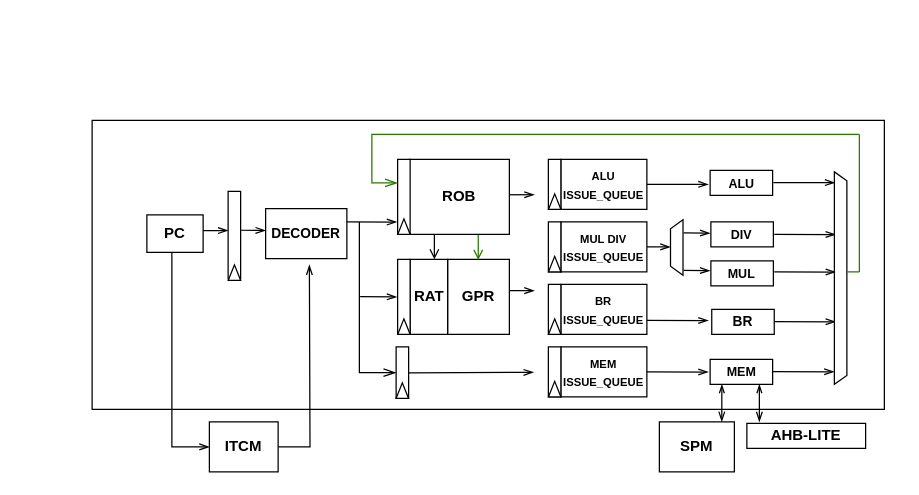
The draw.io diagram ooocpu.drawio in meosii/OoOcpu, before the edit. Source tidied: cells renumbered, new cells numbered last; positions are measured from the earlier drawing's top-left corner, leaving out a move shared by most shapes. Both pictures are drawn from the tidied source at 125%, with x=0, y=0 at pixel (91, 120).
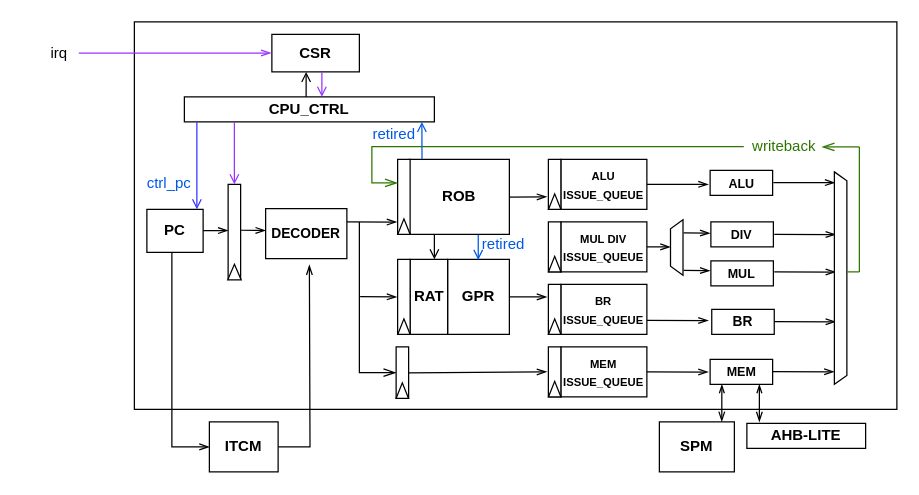
After the change.

What changed in the source:
```diff
@@
-    <mxCell id="2" style="rounded=0;whiteSpace=wrap;html=1;" parent="1" vertex="1">
-      <mxGeometry x="0.2" y="-0.2" width="633.8" height="231.2" as="geometry" />
-    </mxCell>
+    <mxCell id="67" style="rounded=0;whiteSpace=wrap;html=1;" parent="1" vertex="1">
+      <mxGeometry x="34" y="-79" width="610" height="310" as="geometry" />
+    </mxCell>
@@
     <mxCell id="5" value="&lt;b&gt;PC&lt;/b&gt;" style="rounded=0;whiteSpace=wrap;html=1;" parent="1" vertex="1">
-      <mxGeometry x="44" y="75.4" width="45" height="30" as="geometry" />
+      <mxGeometry x="44" y="71" width="45" height="34.4" as="geometry" />
     </mxCell>
@@
     <mxCell id="7" style="group;" parent="1" vertex="1">
-      <mxGeometry x="109" y="56.6" width="11.2" height="70" as="geometry" />
+      <mxGeometry x="109" y="51" width="11.2" height="75.6" as="geometry" />
     </mxCell>
     <mxCell id="8" style="rounded=0;whiteSpace=wrap;html=1;" parent="7" vertex="1">
-      <mxGeometry width="10" height="70" as="geometry" />
+      <mxGeometry width="10" height="75.6" as="geometry" />
     </mxCell>
     <mxCell id="9" style="triangle;whiteSpace=wrap;html=1;rotation=-90;" parent="7" vertex="1">
-      <mxGeometry x="-1.2" y="60" width="12.5" height="10" as="geometry" />
+      <mxGeometry x="-1.2" y="64.8" width="12.5" height="10.8" as="geometry" />
     </mxCell>
@@
     <mxCell id="50" style="endArrow=openThin;html=1;rounded=0;endFill=0;" parent="1" edge="1">
       <mxGeometry relative="1" as="geometry">
-        <mxPoint x="334" y="136" as="sourcePoint" />
-        <mxPoint x="354" y="136" as="targetPoint" />
+        <mxPoint x="334" y="141" as="sourcePoint" />
+        <mxPoint x="364" y="141" as="targetPoint" />
       </mxGeometry>
     </mxCell>
     <mxCell id="51" style="endArrow=openThin;html=1;rounded=0;endFill=0;" parent="1" edge="1">
       <mxGeometry relative="1" as="geometry">
-        <mxPoint x="334" y="59.3" as="sourcePoint" />
-        <mxPoint x="354" y="59.3" as="targetPoint" />
+        <mxPoint x="334" y="61.2" as="sourcePoint" />
+        <mxPoint x="364" y="61" as="targetPoint" />
       </mxGeometry>
     </mxCell>
     <mxCell id="52" style="endArrow=openThin;html=1;rounded=0;endFill=0;" parent="1" edge="1">
       <mxGeometry relative="1" as="geometry">
         <mxPoint x="253.4" y="201.8" as="sourcePoint" />
-        <mxPoint x="353.4" y="201.4" as="targetPoint" />
+        <mxPoint x="364" y="201" as="targetPoint" />
       </mxGeometry>
     </mxCell>
-    <mxCell id="53" style="edgeStyle=elbowEdgeStyle;elbow=horizontal;endArrow=openThin;html=1;curved=0;rounded=0;endSize=8;startSize=8;endFill=0;fillColor=#60a917;strokeColor=#2D7600;" parent="1" edge="1">
+    <mxCell id="53" style="edgeStyle=elbowEdgeStyle;elbow=horizontal;endArrow=openThin;html=1;curved=0;rounded=0;endSize=8;startSize=8;endFill=0;fillColor=#60a917;strokeColor=#2D7600;exitX=-0.041;exitY=0.486;exitDx=0;exitDy=0;exitPerimeter=0;" parent="1" edge="1" source="77">
       <mxGeometry relative="1" as="geometry">
-        <mxPoint x="614" y="11" as="sourcePoint" />
         <mxPoint x="244.6" y="49.8" as="targetPoint" />
         <Array as="points">
           <mxPoint x="224" y="31" />
         </Array>
       </mxGeometry>
     </mxCell>
@@
     <mxCell id="60" style="endArrow=none;html=1;rounded=0;fillColor=#60a917;strokeColor=#2D7600;" parent="1" edge="1">
       <mxGeometry relative="1" as="geometry">
         <mxPoint x="614" y="121" as="sourcePoint" />
-        <mxPoint x="614" y="11" as="targetPoint" />
+        <mxPoint x="614" y="21" as="targetPoint" />
       </mxGeometry>
     </mxCell>
@@
-    <mxCell id="63" style="endArrow=open;html=1;rounded=0;endFill=0;fillColor=#60a917;strokeColor=#2D7600;" parent="1" edge="1">
+    <mxCell id="63" style="endArrow=open;html=1;rounded=0;endFill=0;fillColor=#60a917;strokeColor=#0058e6;" parent="1" edge="1">
       <mxGeometry relative="1" as="geometry">
         <mxPoint x="309.1" y="91.5" as="sourcePoint" />
         <mxPoint x="309.1" y="111.5" as="targetPoint" />
       </mxGeometry>
     </mxCell>
@@
+    <mxCell id="68" value="&lt;b&gt;CSR&lt;/b&gt;" style="rounded=0;whiteSpace=wrap;html=1;" parent="1" vertex="1">
+      <mxGeometry x="144" y="-69" width="70" height="30" as="geometry" />
+    </mxCell>
+    <mxCell id="69" style="endArrow=openThin;html=1;rounded=0;endFill=0;strokeColor=#9933FF;" parent="1" edge="1">
+      <mxGeometry relative="1" as="geometry">
+        <mxPoint x="-10.4" y="-54.1" as="sourcePoint" />
+        <mxPoint x="143.4" y="-54.1" as="targetPoint" />
+      </mxGeometry>
+    </mxCell>
+    <mxCell id="70" value="&lt;b&gt;CPU_CTRL&lt;/b&gt;" style="rounded=0;whiteSpace=wrap;html=1;" parent="1" vertex="1">
+      <mxGeometry x="74" y="-19" width="200" height="20" as="geometry" />
+    </mxCell>
+    <mxCell id="71" style="endArrow=open;html=1;rounded=0;endFill=0;fillColor=#60a917;strokeColor=#0058e6;exitX=0.626;exitY=-0.007;exitDx=0;exitDy=0;exitPerimeter=0;" parent="1" edge="1">
+      <mxGeometry relative="1" as="geometry">
+        <mxPoint x="264.1" y="30.6" as="sourcePoint" />
+        <mxPoint x="264" y="1" as="targetPoint" />
+      </mxGeometry>
+    </mxCell>
+    <mxCell id="72" value="&lt;font color=&quot;#0058e6&quot;&gt;retired&lt;/font&gt;" style="text;html=1;align=center;verticalAlign=middle;whiteSpace=wrap;rounded=0;" parent="1" vertex="1">
+      <mxGeometry x="224" y="1" width="36.2" height="20" as="geometry" />
+    </mxCell>
+    <mxCell id="73" value="&lt;font color=&quot;#0058e6&quot;&gt;retired&lt;/font&gt;" style="text;html=1;align=center;verticalAlign=middle;whiteSpace=wrap;rounded=0;" parent="1" vertex="1">
+      <mxGeometry x="301.5" y="89.8" width="55" height="18.8" as="geometry" />
+    </mxCell>
+    <mxCell id="74" value="irq" style="text;html=1;align=center;verticalAlign=middle;whiteSpace=wrap;rounded=0;" parent="1" vertex="1">
+      <mxGeometry x="-56" y="-64" width="60" height="20" as="geometry" />
+    </mxCell>
+    <mxCell id="75" style="edgeStyle=orthogonalEdgeStyle;rounded=0;orthogonalLoop=1;jettySize=auto;html=1;exitX=0.5;exitY=1;exitDx=0;exitDy=0;" parent="1" edge="1">
+      <mxGeometry relative="1" as="geometry">
+        <mxPoint x="-26" y="-49" as="sourcePoint" />
+        <mxPoint x="-26" y="-49" as="targetPoint" />
+      </mxGeometry>
+    </mxCell>
+    <mxCell id="76" style="edgeStyle=elbowEdgeStyle;elbow=horizontal;endArrow=openThin;html=1;curved=0;rounded=0;endSize=8;startSize=8;endFill=0;fillColor=#60a917;strokeColor=#2D7600;" parent="1" edge="1" target="77">
+      <mxGeometry relative="1" as="geometry">
+        <mxPoint x="614" y="21" as="sourcePoint" />
+      </mxGeometry>
+    </mxCell>
+    <mxCell id="77" value="&lt;font color=&quot;#2d7600&quot;&gt;writeback&lt;/font&gt;" style="text;html=1;align=center;verticalAlign=middle;whiteSpace=wrap;rounded=0;" parent="1" vertex="1">
+      <mxGeometry x="524" y="11" width="60" height="20" as="geometry" />
+    </mxCell>
+    <mxCell id="78" style="endArrow=open;html=1;rounded=0;endFill=0;" parent="1" edge="1">
+      <mxGeometry relative="1" as="geometry">
+        <mxPoint x="171.4" y="-19" as="sourcePoint" />
+        <mxPoint x="171.4" y="-39" as="targetPoint" />
+      </mxGeometry>
+    </mxCell>
+    <mxCell id="79" style="endArrow=open;html=1;rounded=0;endFill=0;strokeColor=#9933FF;" parent="1" edge="1">
+      <mxGeometry relative="1" as="geometry">
+        <mxPoint x="184" y="-39" as="sourcePoint" />
+        <mxPoint x="184" y="-19" as="targetPoint" />
+      </mxGeometry>
+    </mxCell>
+    <mxCell id="80" style="endArrow=open;html=1;rounded=0;endFill=0;exitX=0.047;exitY=1.014;exitDx=0;exitDy=0;exitPerimeter=0;entryX=0.444;entryY=-0.034;entryDx=0;entryDy=0;entryPerimeter=0;strokeColor=#3333FF;" parent="1" edge="1">
+      <mxGeometry relative="1" as="geometry">
+        <mxPoint x="84" y="1.2" as="sourcePoint" />
+        <mxPoint x="84" y="71" as="targetPoint" />
+      </mxGeometry>
+    </mxCell>
+    <mxCell id="81" style="endArrow=open;html=1;rounded=0;endFill=0;exitX=0.2;exitY=1.017;exitDx=0;exitDy=0;exitPerimeter=0;strokeColor=#9933FF;" parent="1" edge="1" source="70">
+      <mxGeometry relative="1" as="geometry">
+        <mxPoint x="114" y="51" as="targetPoint" />
+      </mxGeometry>
+    </mxCell>
+    <mxCell id="82" value="&lt;font color=&quot;#0058e6&quot;&gt;ctrl_pc&lt;/font&gt;" style="text;html=1;align=center;verticalAlign=middle;whiteSpace=wrap;rounded=0;" parent="1" vertex="1">
+      <mxGeometry x="44" y="39.8" width="36.2" height="20" as="geometry" />
+    </mxCell>
```
